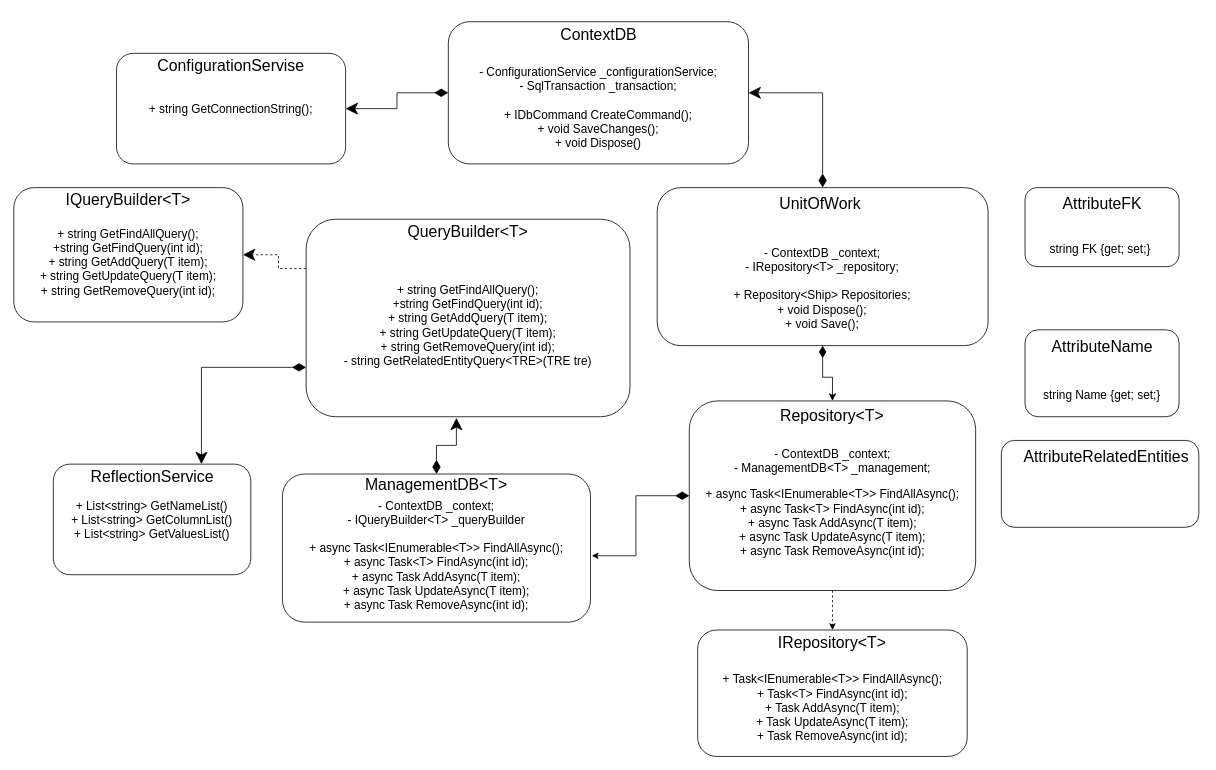
Before: page "Page-1" (1 of 3) of Untitled Diagram.drawio in kra5alllez/website, a draw.io diagram. Source tidied: cells renumbered, new cells numbered last; positions are measured from the earlier drawing's top-left corner, leaving out a move shared by most shapes. Both pictures are drawn from the tidied source at 79%, with x=0, y=0 at pixel (13, 13).
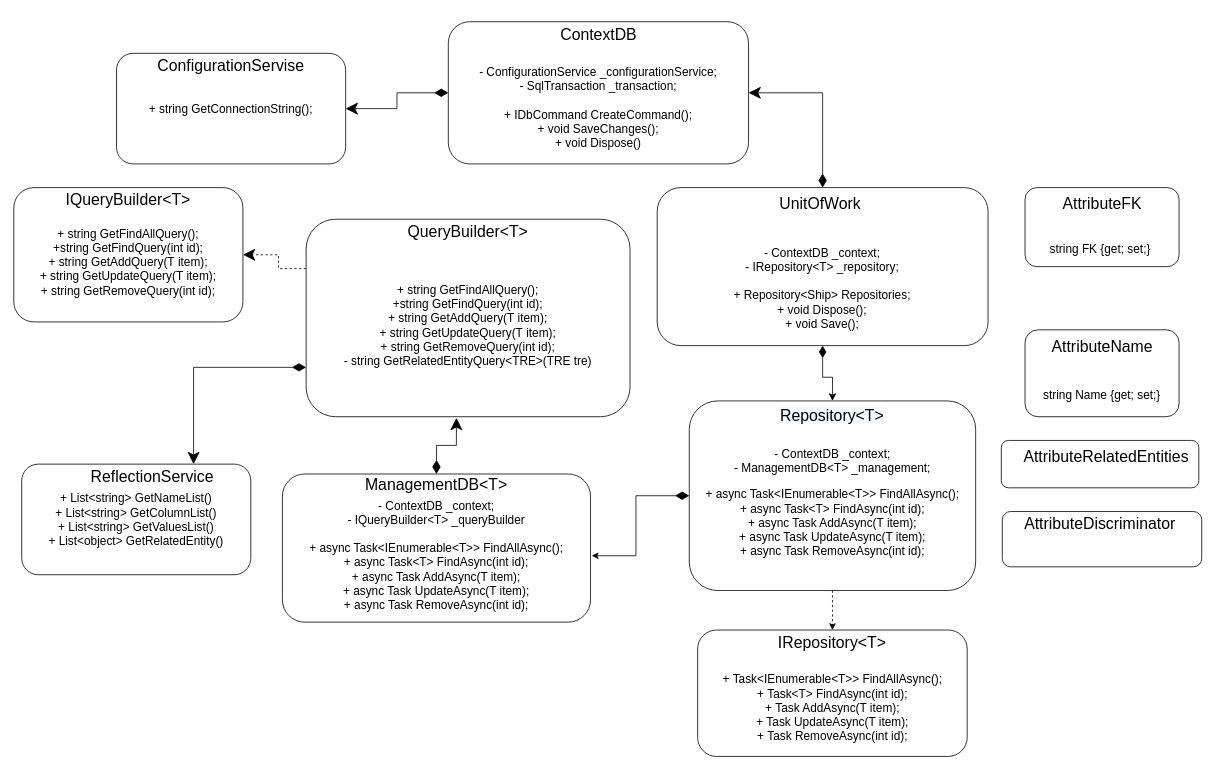
The same diagram, later.

The edit, as a diff of the source:
```diff
@@
-    <mxCell id="25" value="&lt;font style=&quot;font-size: 15px&quot;&gt;+ List&amp;lt;string&amp;gt;&amp;nbsp;GetNameList()&lt;br&gt;+ List&amp;lt;string&amp;gt;&amp;nbsp;GetColumnList()&lt;br&gt;+ List&amp;lt;string&amp;gt; GetValuesList()&lt;/font&gt;" style="rounded=1;whiteSpace=wrap;html=1;" parent="1" vertex="1">
-      <mxGeometry x="50" y="570" width="250" height="140" as="geometry" />
+    <mxCell id="25" value="&lt;font style=&quot;font-size: 15px&quot;&gt;+ List&amp;lt;string&amp;gt;&amp;nbsp;GetNameList()&lt;br&gt;+ List&amp;lt;string&amp;gt;&amp;nbsp;GetColumnList()&lt;br&gt;+ List&amp;lt;string&amp;gt; GetValuesList()&lt;br&gt;+ List&amp;lt;object&amp;gt; GetRelatedEntity()&lt;br&gt;&lt;/font&gt;" style="rounded=1;whiteSpace=wrap;html=1;" parent="1" vertex="1">
+      <mxGeometry x="10" y="570" width="290" height="140" as="geometry" />
     </mxCell>
@@
     <mxCell id="30" value="&lt;font style=&quot;font-size: 15px&quot;&gt;&lt;br&gt;&lt;/font&gt;" style="rounded=1;whiteSpace=wrap;html=1;" parent="1" vertex="1">
-      <mxGeometry x="1250" y="540" width="250" height="110" as="geometry" />
+      <mxGeometry x="1250" y="540" width="250" height="60" as="geometry" />
     </mxCell>
@@
+    <mxCell id="34" style="rounded=1;whiteSpace=wrap;html=1;" parent="1" vertex="1">
+      <mxGeometry x="1251.2" y="630" width="252.5" height="70" as="geometry" />
+    </mxCell>
+    <mxCell id="35" value="&lt;font style=&quot;font-size: 20px&quot;&gt;AttributeDiscriminator&lt;/font&gt;" style="text;html=1;strokeColor=none;fillColor=none;align=center;verticalAlign=middle;whiteSpace=wrap;rounded=0;" parent="1" vertex="1">
+      <mxGeometry x="1260" y="630" width="230" height="30" as="geometry" />
+    </mxCell>
```
